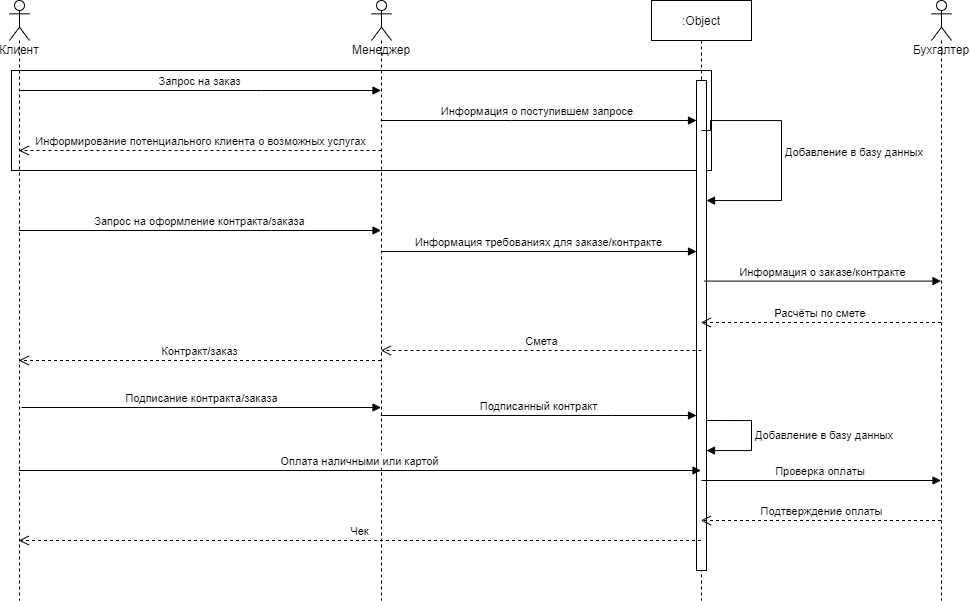
Earlier version of the draw.io export Test1.drawio.png (Awftf/UML). Source tidied: cells renumbered, new cells last; positions are measured from the earlier drawing's top-left corner, leaving out a move shared by most shapes.
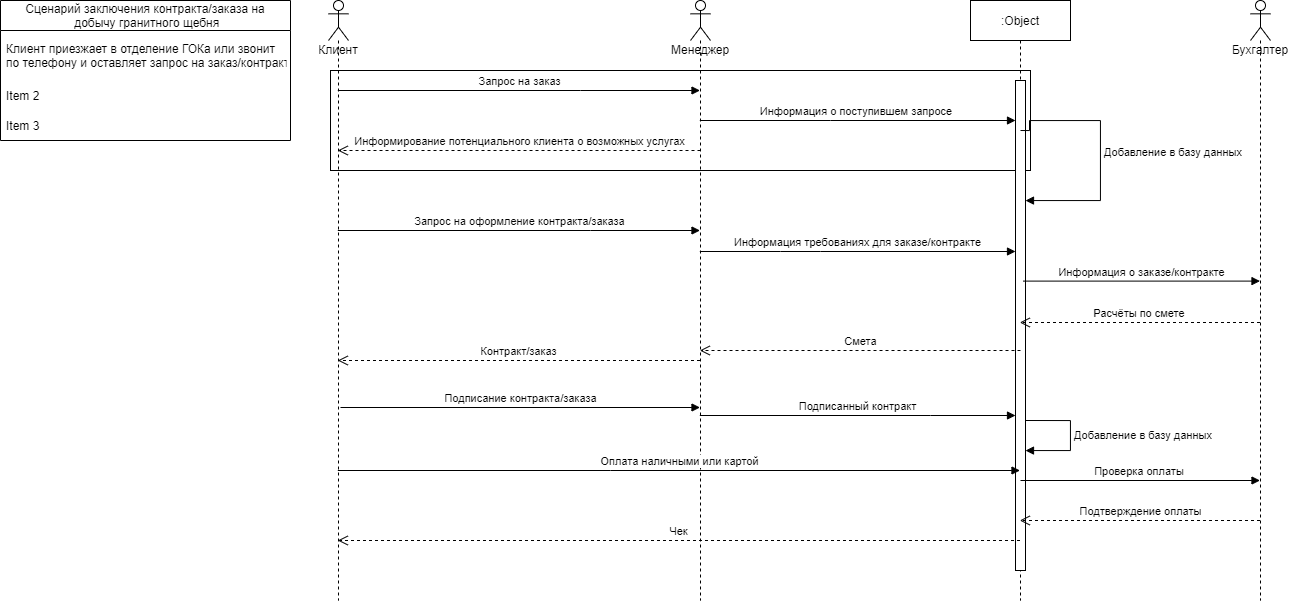
Later version of the same file.

What changed in the source:
```diff
@@ -144,5 +144,17 @@
         </Array>
       </mxGeometry>
     </mxCell>
+    <mxCell id="25" value="Сценарий заключения контракта/заказа на&#10; добычу гранитного щебня" style="swimlane;fontStyle=0;horizontal=1;startSize=30;" parent="1" vertex="1">
+      <mxGeometry x="-328" width="290" height="140" as="geometry" />
+    </mxCell>
+    <mxCell id="26" value="Клиент приезжает в отделение ГОКа или звонит &#10;по телефону и оставляет запрос на заказ/контракт" style="text;strokeColor=none;fillColor=none;align=left;verticalAlign=middle;spacingLeft=4;spacingRight=4;overflow=hidden;" parent="25" vertex="1">
+      <mxGeometry y="30" width="290" height="50" as="geometry" />
+    </mxCell>
+    <mxCell id="27" value="Item 2" style="text;strokeColor=none;fillColor=none;align=left;verticalAlign=middle;spacingLeft=4;spacingRight=4;overflow=hidden;" parent="25" vertex="1">
+      <mxGeometry y="80" width="290" height="30" as="geometry" />
+    </mxCell>
+    <mxCell id="28" value="Item 3" style="text;strokeColor=none;fillColor=none;align=left;verticalAlign=middle;spacingLeft=4;spacingRight=4;overflow=hidden;" parent="25" vertex="1">
+      <mxGeometry y="110" width="290" height="30" as="geometry" />
+    </mxCell>
   </root>
 </mxGraphModel>
```
